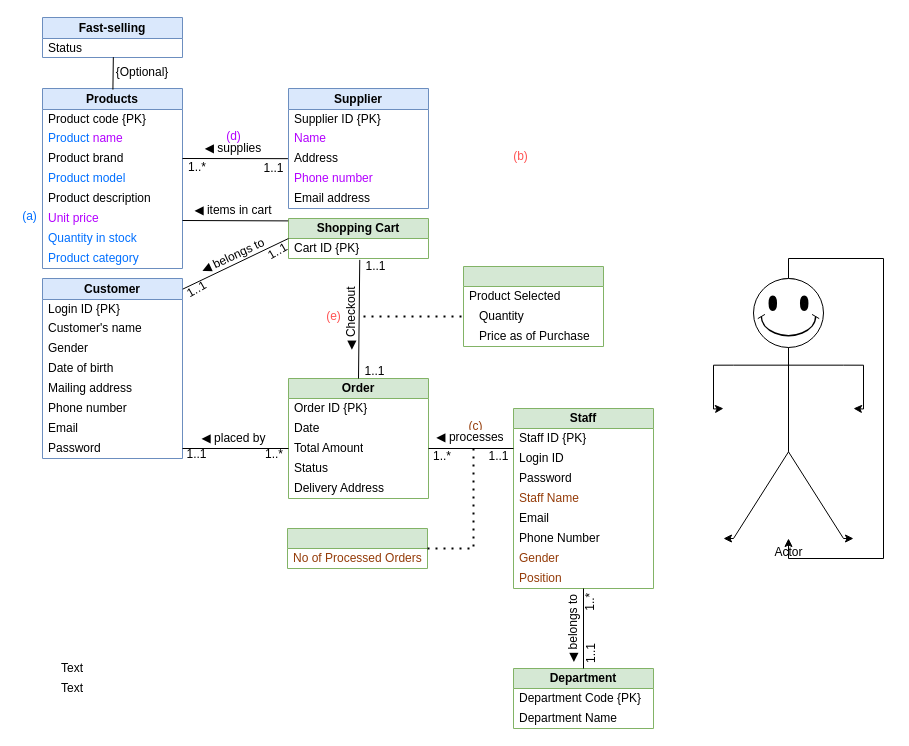
shadowngks/DBMS keeps this draw.io diagram as Assignment_1.drawio. Above is the earlier version. Source tidied: cells renumbered, new cells numbered last; positions are measured from the earlier drawing's top-left corner, leaving out a move shared by most shapes. Both pictures are drawn from the tidied source at 100%, with x=0, y=0 at pixel (17, 17).
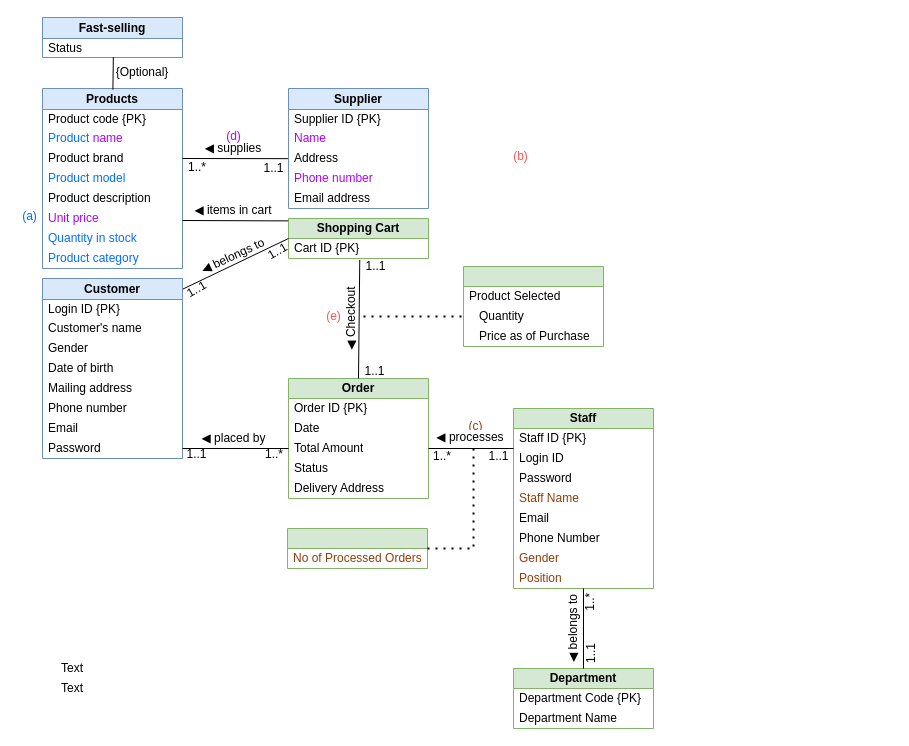
Above is the later version.

Commit message:
All Too Well (10 Minutes)

What changed in the source:
```diff
@@
-    <mxCell id="91" style="edgeStyle=orthogonalEdgeStyle;rounded=0;jettySize=auto;html=1;exitX=0;exitY=0.3333333333333333;exitDx=0;exitDy=0;exitPerimeter=0;" parent="1" edge="1" source="95">
-      <mxGeometry relative="1" as="geometry">
-        <mxPoint x="706" y="391" as="targetPoint" />
-      </mxGeometry>
-    </mxCell>
-    <mxCell id="92" style="edgeStyle=orthogonalEdgeStyle;rounded=0;jettySize=auto;html=1;exitX=1;exitY=0.3333333333333333;exitDx=0;exitDy=0;exitPerimeter=0;" parent="1" edge="1" source="95">
-      <mxGeometry relative="1" as="geometry">
-        <mxPoint x="836" y="391" as="targetPoint" />
-      </mxGeometry>
-    </mxCell>
-    <mxCell id="93" style="edgeStyle=orthogonalEdgeStyle;rounded=0;jettySize=auto;html=1;exitX=0;exitY=1;exitDx=0;exitDy=0;exitPerimeter=0;" parent="1" edge="1" source="95">
-      <mxGeometry relative="1" as="geometry">
-        <mxPoint x="706" y="521" as="targetPoint" />
-      </mxGeometry>
-    </mxCell>
-    <mxCell id="94" style="edgeStyle=orthogonalEdgeStyle;rounded=0;jettySize=auto;html=1;exitX=1;exitY=1;exitDx=0;exitDy=0;exitPerimeter=0;" parent="1" edge="1" source="95">
-      <mxGeometry relative="1" as="geometry">
-        <mxPoint x="836" y="521" as="targetPoint" />
-      </mxGeometry>
-    </mxCell>
-    <mxCell id="95" value="Actor" style="shape=umlActor;verticalLabelPosition=bottom;verticalAlign=top;html=1;outlineConnect=0;" parent="1" vertex="1">
-      <mxGeometry x="716" y="261" width="110" height="260" as="geometry" />
-    </mxCell>
-    <mxCell id="96" style="edgeStyle=orthogonalEdgeStyle;rounded=0;orthogonalLoop=1;jettySize=auto;html=1;exitX=0.5;exitY=0;exitDx=0;exitDy=0;exitPerimeter=0;" parent="1" edge="1" source="95" target="95">
-      <mxGeometry relative="1" as="geometry">
-        <Array as="points">
-          <mxPoint x="771" y="241" />
-          <mxPoint x="866" y="241" />
-          <mxPoint x="866" y="541" />
-          <mxPoint x="771" y="541" />
-        </Array>
-      </mxGeometry>
-    </mxCell>
-    <mxCell id="97" style="verticalLabelPosition=bottom;verticalAlign=top;html=1;shape=mxgraph.basic.smiley;" parent="1" vertex="1">
-      <mxGeometry x="736" y="261" width="70" height="69" as="geometry" />
-    </mxCell>
```
